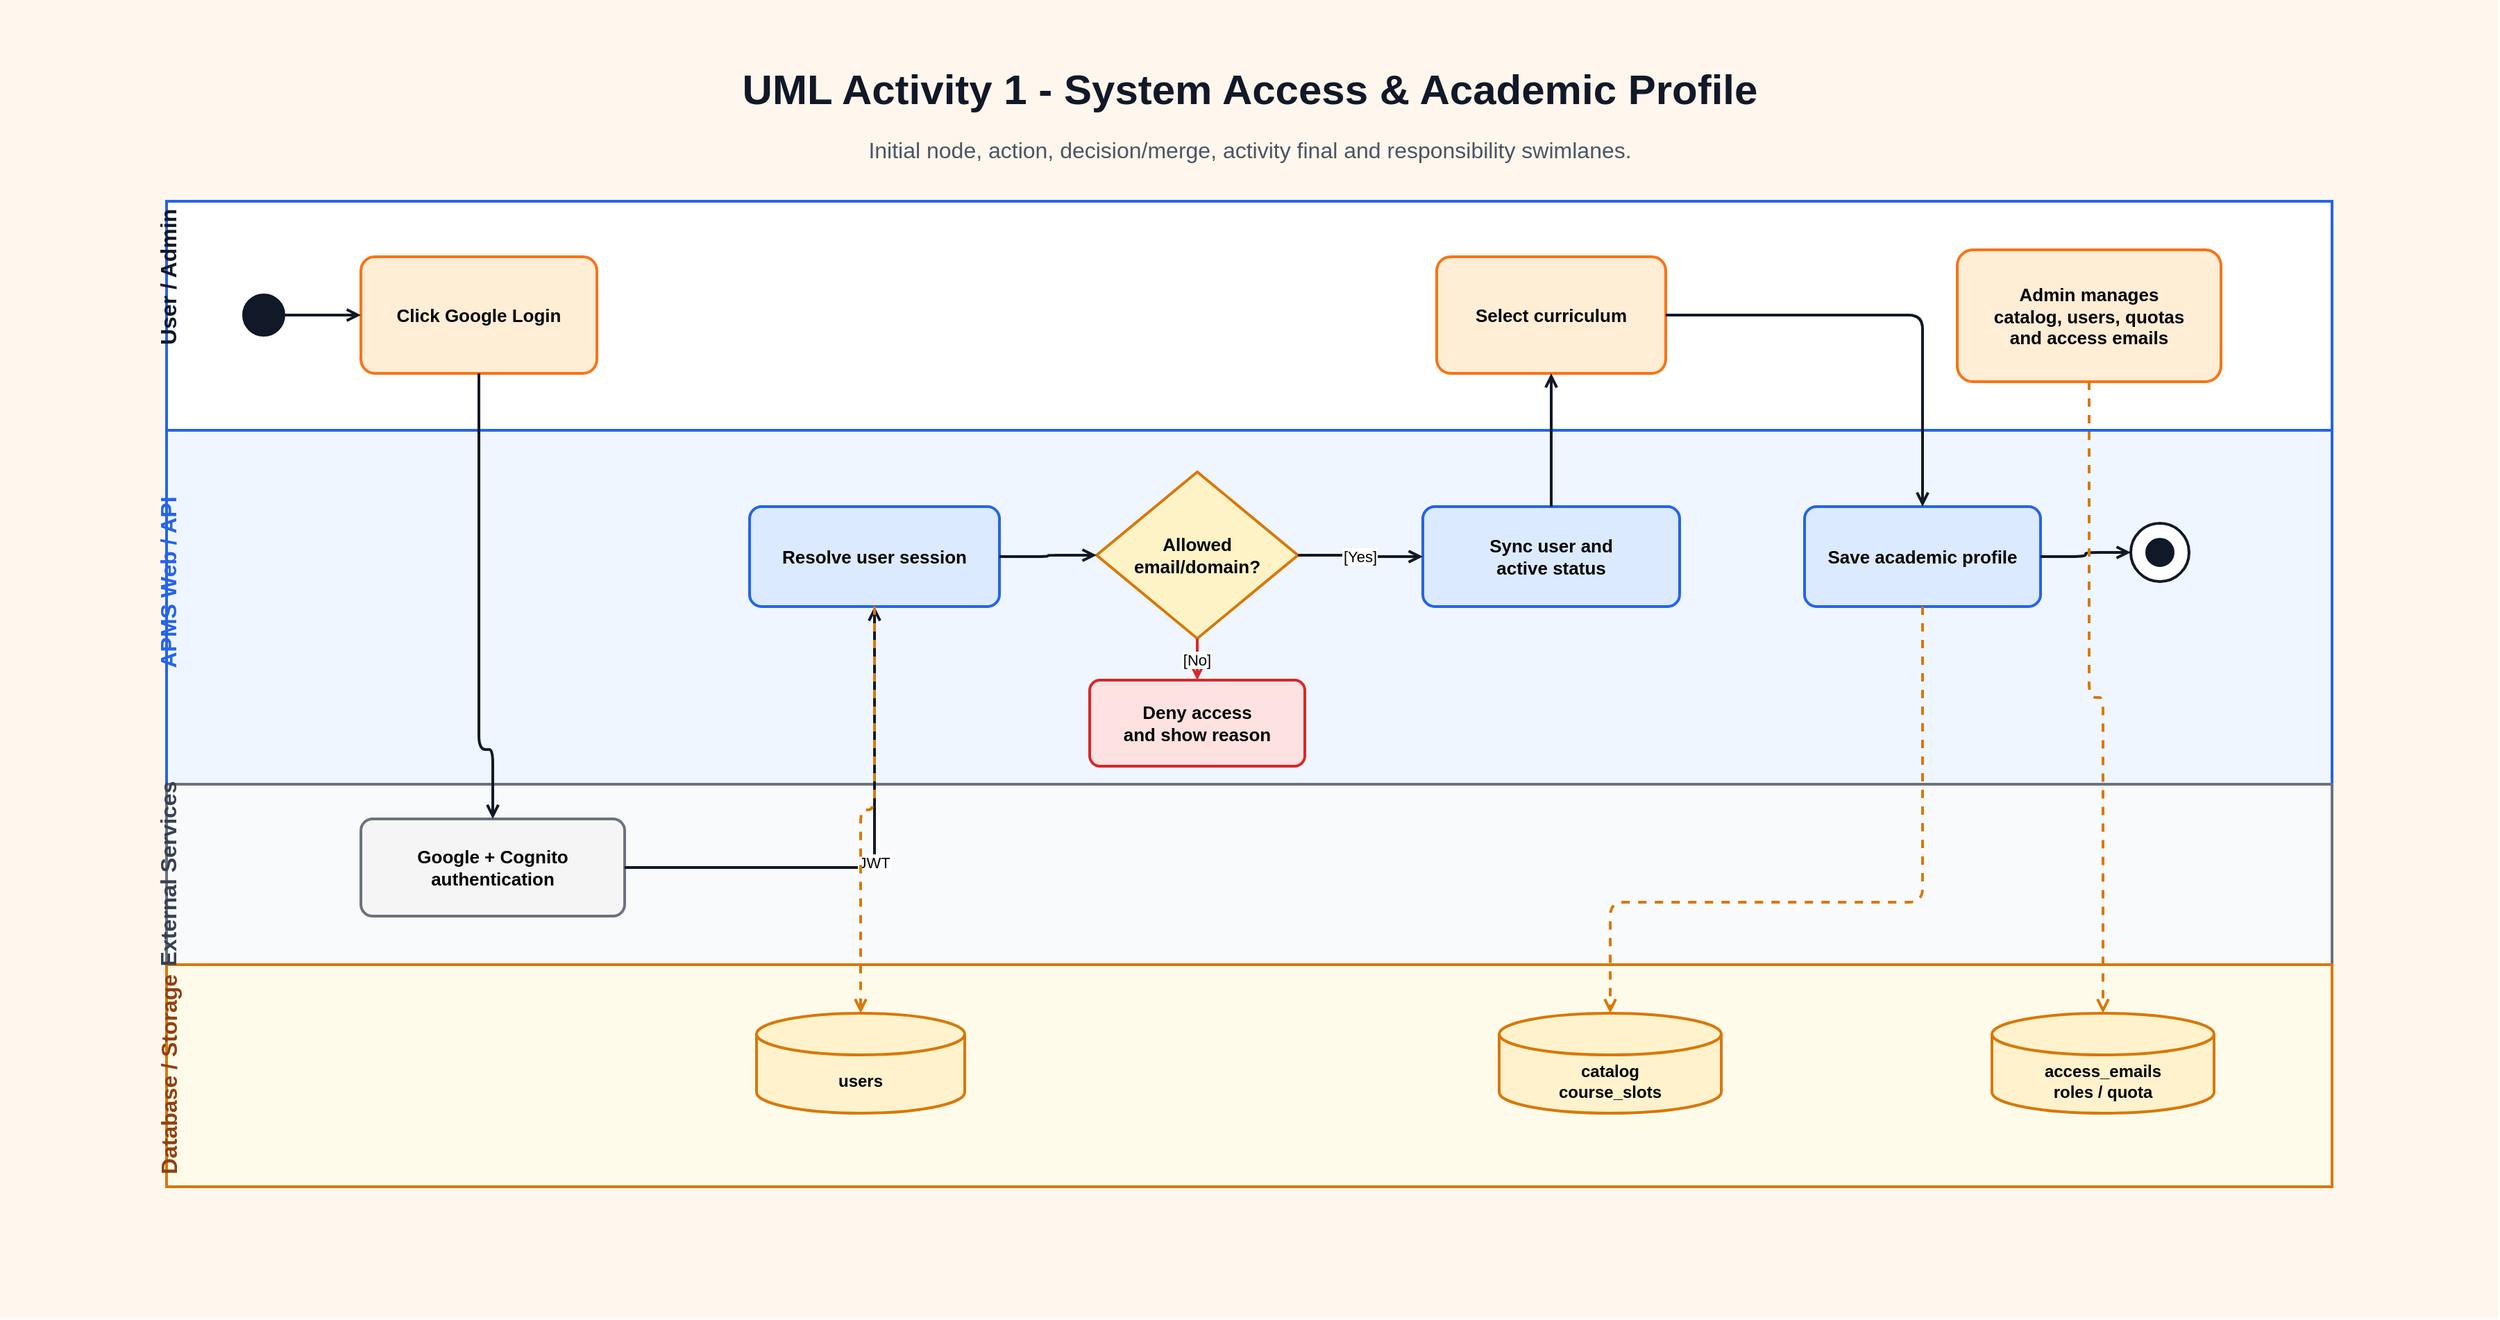
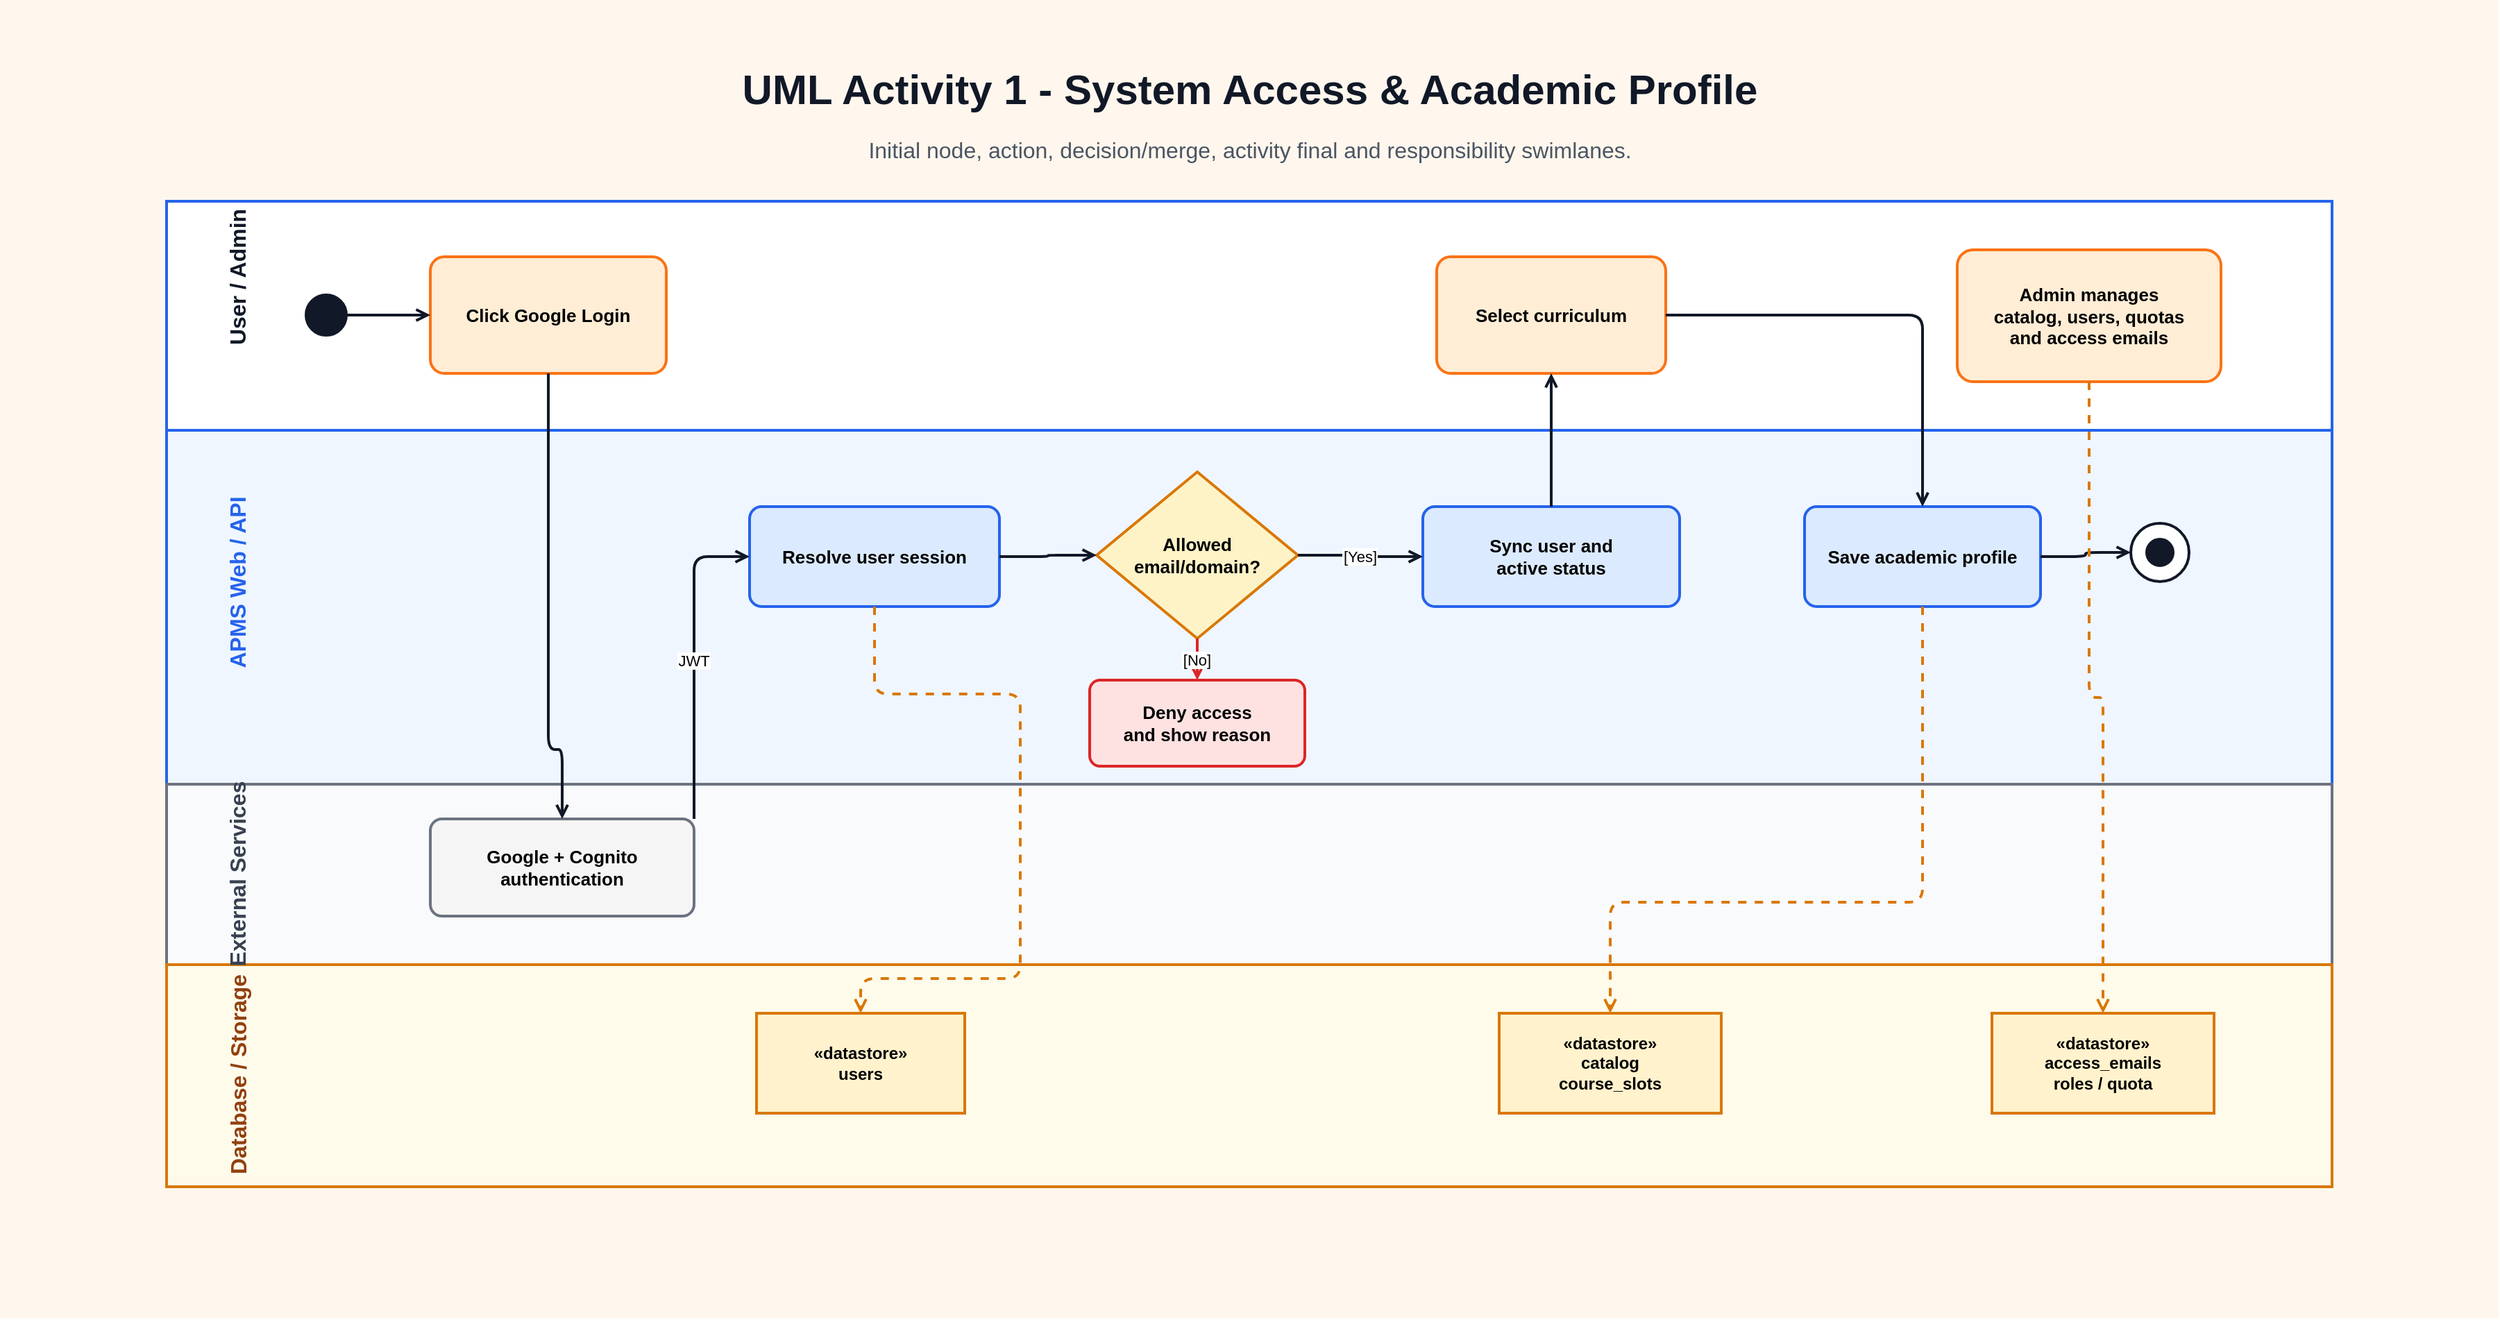
﻿<mxfile host="app.diagrams.net" modified="2026-07-16T00:00:00.000Z" agent="Codex" version="24.7.17">
  <diagram id="apms-main-flow-1-access-profile-activity" name="UML Activity 1">
    <mxGraphModel dx="1800" dy="950" grid="1" gridSize="10" guides="1" tooltips="1" connect="1" arrows="1" fold="1" page="1" pageScale="1" pageWidth="1800" pageHeight="950" math="0" shadow="0">
      <root>
        <mxCell id="0" />
        <mxCell id="1" parent="0" />
        <mxCell id="bg" parent="1" style="rounded=0;whiteSpace=wrap;html=1;fillColor=#fff7ed;strokeColor=none;" value="" vertex="1"><mxGeometry x="0" y="0" width="1800" height="950" as="geometry" /></mxCell>
        <mxCell id="title" parent="1" style="text;html=1;strokeColor=none;fillColor=none;fontSize=30;fontStyle=1;fontColor=#111827;align=center;" value="UML Activity 1 - System Access &amp; Academic Profile" vertex="1"><mxGeometry x="250" y="40" width="1300" height="48" as="geometry" /></mxCell>
        <mxCell id="subtitle" parent="1" style="text;html=1;strokeColor=none;fillColor=none;fontSize=16;fontColor=#4b5563;align=center;" value="Initial node, action, decision/merge, activity final and responsibility swimlanes." vertex="1"><mxGeometry x="350" y="92" width="1100" height="28" as="geometry" /></mxCell>

        <mxCell id="frame" parent="1" style="rounded=0;whiteSpace=wrap;html=1;fillColor=#ffffff;strokeColor=#111827;strokeWidth=2;" value="" vertex="1"><mxGeometry x="120" y="145" width="1560" height="710" as="geometry" /></mxCell>
        <mxCell id="laneUser" parent="1" style="rounded=0;whiteSpace=wrap;html=1;fillColor=#ffffff;strokeColor=#2563eb;strokeWidth=2;" value="" vertex="1"><mxGeometry x="120" y="145" width="1560" height="165" as="geometry" /></mxCell>
        <mxCell id="laneApms" parent="1" style="rounded=0;whiteSpace=wrap;html=1;fillColor=#eff6ff;strokeColor=#2563eb;strokeWidth=2;" value="" vertex="1"><mxGeometry x="120" y="310" width="1560" height="255" as="geometry" /></mxCell>
        <mxCell id="laneExt" parent="1" style="rounded=0;whiteSpace=wrap;html=1;fillColor=#f9fafb;strokeColor=#6b7280;strokeWidth=2;" value="" vertex="1"><mxGeometry x="120" y="565" width="1560" height="130" as="geometry" /></mxCell>
        <mxCell id="laneData" parent="1" style="rounded=0;whiteSpace=wrap;html=1;fillColor=#fffbeb;strokeColor=#d97706;strokeWidth=2;" value="" vertex="1"><mxGeometry x="120" y="695" width="1560" height="160" as="geometry" /></mxCell>
-         <mxCell id="l1" parent="1" style="text;html=1;strokeColor=none;fillColor=none;fontSize=16;fontStyle=1;fontColor=#111827;rotation=-90;align=center;" value="User / Admin" vertex="1"><mxGeometry x="72" y="185" width="96" height="30" as="geometry" /></mxCell>
-         <mxCell id="l2" parent="1" style="text;html=1;strokeColor=none;fillColor=none;fontSize=16;fontStyle=1;fontColor=#2563eb;rotation=-90;align=center;" value="APMS Web / API" vertex="1"><mxGeometry x="75" y="405" width="90" height="30" as="geometry" /></mxCell>
-         <mxCell id="l3" parent="1" style="text;html=1;strokeColor=none;fillColor=none;fontSize=16;fontStyle=1;fontColor=#374151;rotation=-90;align=center;" value="External Services" vertex="1"><mxGeometry x="72" y="615" width="96" height="30" as="geometry" /></mxCell>
-         <mxCell id="l4" parent="1" style="text;html=1;strokeColor=none;fillColor=none;fontSize=16;fontStyle=1;fontColor=#92400e;rotation=-90;align=center;" value="Database / Storage" vertex="1"><mxGeometry x="58" y="760" width="125" height="30" as="geometry" /></mxCell>
+         <mxCell id="l1" parent="1" style="text;html=1;strokeColor=none;fillColor=none;fontSize=16;fontStyle=1;fontColor=#111827;rotation=-90;align=center;" value="User / Admin" vertex="1"><mxGeometry x="122" y="185" width="96" height="30" as="geometry" /></mxCell>
+         <mxCell id="l2" parent="1" style="text;html=1;strokeColor=none;fillColor=none;fontSize=16;fontStyle=1;fontColor=#2563eb;rotation=-90;align=center;" value="APMS Web / API" vertex="1"><mxGeometry x="125" y="405" width="90" height="30" as="geometry" /></mxCell>
+         <mxCell id="l3" parent="1" style="text;html=1;strokeColor=none;fillColor=none;fontSize=16;fontStyle=1;fontColor=#374151;rotation=-90;align=center;" value="External Services" vertex="1"><mxGeometry x="122" y="615" width="96" height="30" as="geometry" /></mxCell>
+         <mxCell id="l4" parent="1" style="text;html=1;strokeColor=none;fillColor=none;fontSize=16;fontStyle=1;fontColor=#92400e;rotation=-90;align=center;" value="Database / Storage" vertex="1"><mxGeometry x="108" y="760" width="125" height="30" as="geometry" /></mxCell>

-         <mxCell id="start" parent="1" style="ellipse;html=1;shape=ellipse;fillColor=#111827;strokeColor=#111827;" value="" vertex="1"><mxGeometry x="175" y="212" width="30" height="30" as="geometry" /></mxCell>
-         <mxCell id="login" parent="1" style="rounded=1;whiteSpace=wrap;html=1;fillColor=#ffedd5;strokeColor=#f97316;strokeWidth=2;arcSize=12;fontSize=13;fontStyle=1;" value="Click Google Login" vertex="1"><mxGeometry x="260" y="185" width="170" height="84" as="geometry" /></mxCell>
-         <mxCell id="google" parent="1" style="rounded=1;whiteSpace=wrap;html=1;fillColor=#f5f5f5;strokeColor=#6b7280;strokeWidth=2;arcSize=12;fontSize=13;fontStyle=1;" value="Google + Cognito&lt;br&gt;authentication" vertex="1"><mxGeometry x="260" y="590" width="190" height="70" as="geometry" /></mxCell>
+         <mxCell id="start" parent="1" style="ellipse;html=1;shape=ellipse;fillColor=#111827;strokeColor=#111827;" value="" vertex="1"><mxGeometry x="220" y="212" width="30" height="30" as="geometry" /></mxCell>
+         <mxCell id="login" parent="1" style="rounded=1;whiteSpace=wrap;html=1;fillColor=#ffedd5;strokeColor=#f97316;strokeWidth=2;arcSize=12;fontSize=13;fontStyle=1;" value="Click Google Login" vertex="1"><mxGeometry x="310" y="185" width="170" height="84" as="geometry" /></mxCell>
+         <mxCell id="google" parent="1" style="rounded=1;whiteSpace=wrap;html=1;fillColor=#f5f5f5;strokeColor=#6b7280;strokeWidth=2;arcSize=12;fontSize=13;fontStyle=1;" value="Google + Cognito&lt;br&gt;authentication" vertex="1"><mxGeometry x="310" y="590" width="190" height="70" as="geometry" /></mxCell>
        <mxCell id="auth" parent="1" style="rounded=1;whiteSpace=wrap;html=1;fillColor=#dbeafe;strokeColor=#2563eb;strokeWidth=2;arcSize=12;fontSize=13;fontStyle=1;" value="Resolve user session" vertex="1"><mxGeometry x="540" y="365" width="180" height="72" as="geometry" /></mxCell>
        <mxCell id="decision" parent="1" style="rhombus;whiteSpace=wrap;html=1;fillColor=#fef3c7;strokeColor=#d97706;strokeWidth=2;fontSize=13;fontStyle=1;" value="Allowed email/domain?" vertex="1"><mxGeometry x="790" y="340" width="145" height="120" as="geometry" /></mxCell>
        <mxCell id="reject" parent="1" style="rounded=1;whiteSpace=wrap;html=1;fillColor=#fee2e2;strokeColor=#dc2626;strokeWidth=2;arcSize=12;fontSize=13;fontStyle=1;" value="Deny access&lt;br&gt;and show reason" vertex="1"><mxGeometry x="785" y="490" width="155" height="62" as="geometry" /></mxCell>
        <mxCell id="sync" parent="1" style="rounded=1;whiteSpace=wrap;html=1;fillColor=#dbeafe;strokeColor=#2563eb;strokeWidth=2;arcSize=12;fontSize=13;fontStyle=1;" value="Sync user and&lt;br&gt;active status" vertex="1"><mxGeometry x="1025" y="365" width="185" height="72" as="geometry" /></mxCell>
        <mxCell id="profile" parent="1" style="rounded=1;whiteSpace=wrap;html=1;fillColor=#ffedd5;strokeColor=#f97316;strokeWidth=2;arcSize=12;fontSize=13;fontStyle=1;" value="Select curriculum" vertex="1"><mxGeometry x="1035" y="185" width="165" height="84" as="geometry" /></mxCell>
        <mxCell id="save" parent="1" style="rounded=1;whiteSpace=wrap;html=1;fillColor=#dbeafe;strokeColor=#2563eb;strokeWidth=2;arcSize=12;fontSize=13;fontStyle=1;" value="Save academic profile" vertex="1"><mxGeometry x="1300" y="365" width="170" height="72" as="geometry" /></mxCell>
        <mxCell id="admin" parent="1" style="rounded=1;whiteSpace=wrap;html=1;fillColor=#ffedd5;strokeColor=#f97316;strokeWidth=2;arcSize=12;fontSize=13;fontStyle=1;" value="Admin manages&lt;br&gt;catalog, users, quotas&lt;br&gt;and access emails" vertex="1"><mxGeometry x="1410" y="180" width="190" height="95" as="geometry" /></mxCell>
        <mxCell id="endOuter" parent="1" style="ellipse;html=1;shape=ellipse;fillColor=#ffffff;strokeColor=#111827;strokeWidth=2;" value="" vertex="1"><mxGeometry x="1535" y="377" width="42" height="42" as="geometry" /></mxCell>
        <mxCell id="endInner" parent="1" style="ellipse;html=1;shape=ellipse;fillColor=#111827;strokeColor=#111827;" value="" vertex="1"><mxGeometry x="1546" y="388" width="20" height="20" as="geometry" /></mxCell>

-         <mxCell id="users" parent="1" style="shape=cylinder3;whiteSpace=wrap;html=1;boundedLbl=1;backgroundOutline=1;size=15;fillColor=#fff2cc;strokeColor=#d97706;strokeWidth=2;fontSize=12;fontStyle=1;" value="users" vertex="1"><mxGeometry x="545" y="730" width="150" height="72" as="geometry" /></mxCell>
-         <mxCell id="catalog" parent="1" style="shape=cylinder3;whiteSpace=wrap;html=1;boundedLbl=1;backgroundOutline=1;size=15;fillColor=#fff2cc;strokeColor=#d97706;strokeWidth=2;fontSize=12;fontStyle=1;" value="catalog&lt;br&gt;course_slots" vertex="1"><mxGeometry x="1080" y="730" width="160" height="72" as="geometry" /></mxCell>
-         <mxCell id="access" parent="1" style="shape=cylinder3;whiteSpace=wrap;html=1;boundedLbl=1;backgroundOutline=1;size=15;fillColor=#fff2cc;strokeColor=#d97706;strokeWidth=2;fontSize=12;fontStyle=1;" value="access_emails&lt;br&gt;roles / quota" vertex="1"><mxGeometry x="1435" y="730" width="160" height="72" as="geometry" /></mxCell>
+         <mxCell id="users" parent="1" style="rounded=0;whiteSpace=wrap;html=1;fillColor=#fff2cc;strokeColor=#d97706;strokeWidth=2;fontSize=12;fontStyle=1;" value="&amp;laquo;datastore&amp;raquo;&lt;br&gt;users" vertex="1"><mxGeometry x="545" y="730" width="150" height="72" as="geometry" /></mxCell>
+         <mxCell id="catalog" parent="1" style="rounded=0;whiteSpace=wrap;html=1;fillColor=#fff2cc;strokeColor=#d97706;strokeWidth=2;fontSize=12;fontStyle=1;" value="&amp;laquo;datastore&amp;raquo;&lt;br&gt;catalog&lt;br&gt;course_slots" vertex="1"><mxGeometry x="1080" y="730" width="160" height="72" as="geometry" /></mxCell>
+         <mxCell id="access" parent="1" style="rounded=0;whiteSpace=wrap;html=1;fillColor=#fff2cc;strokeColor=#d97706;strokeWidth=2;fontSize=12;fontStyle=1;" value="&amp;laquo;datastore&amp;raquo;&lt;br&gt;access_emails&lt;br&gt;roles / quota" vertex="1"><mxGeometry x="1435" y="730" width="160" height="72" as="geometry" /></mxCell>

-         <mxCell id="e1" parent="1" style="edgeStyle=orthogonalEdgeStyle;rounded=1;strokeColor=#111827;strokeWidth=2;endArrow=open;" value="" edge="1" source="start" target="login"><mxGeometry relative="1" as="geometry" /></mxCell>
-         <mxCell id="e2" parent="1" style="edgeStyle=orthogonalEdgeStyle;rounded=1;strokeColor=#111827;strokeWidth=2;endArrow=open;" value="" edge="1" source="login" target="google"><mxGeometry relative="1" as="geometry"><Array as="points"><mxPoint x="345" y="540" /></Array></mxGeometry></mxCell>
-         <mxCell id="e3" parent="1" style="edgeStyle=orthogonalEdgeStyle;rounded=1;strokeColor=#111827;strokeWidth=2;endArrow=open;" value="JWT" edge="1" source="google" target="auth"><mxGeometry relative="1" as="geometry"><Array as="points"><mxPoint x="630" y="625" /></Array></mxGeometry></mxCell>
+         <mxCell id="e1" parent="1" style="edgeStyle=orthogonalEdgeStyle;rounded=1;strokeColor=#111827;strokeWidth=2;endArrow=open;" value="" edge="1">
+           <mxGeometry relative="1" as="geometry">
+             <mxPoint x="250" y="227" as="sourcePoint" />
+             <mxPoint x="310" y="227" as="targetPoint" />
+           </mxGeometry>
+         </mxCell>
+         <mxCell id="e2" parent="1" style="edgeStyle=orthogonalEdgeStyle;rounded=1;strokeColor=#111827;strokeWidth=2;endArrow=open;" value="" edge="1" source="login" target="google"><mxGeometry relative="1" as="geometry"><Array as="points"><mxPoint x="395" y="540" /></Array></mxGeometry></mxCell>
+         <mxCell id="e3" parent="1" style="edgeStyle=orthogonalEdgeStyle;rounded=1;strokeColor=#111827;strokeWidth=2;endArrow=open;" value="JWT" edge="1" source="google" target="auth"><mxGeometry relative="1" as="geometry"><Array as="points"><mxPoint x="500" y="625" /><mxPoint x="500" y="401" /></Array></mxGeometry></mxCell>
        <mxCell id="e4" parent="1" style="edgeStyle=orthogonalEdgeStyle;rounded=1;strokeColor=#111827;strokeWidth=2;endArrow=open;" value="" edge="1" source="auth" target="decision"><mxGeometry relative="1" as="geometry" /></mxCell>
        <mxCell id="e5" parent="1" style="edgeStyle=orthogonalEdgeStyle;rounded=1;strokeColor=#111827;strokeWidth=2;endArrow=open;" value="[Yes]" edge="1" source="decision" target="sync"><mxGeometry relative="1" as="geometry" /></mxCell>
        <mxCell id="e6" parent="1" style="edgeStyle=orthogonalEdgeStyle;rounded=1;strokeColor=#dc2626;strokeWidth=2;endArrow=open;" value="[No]" edge="1" source="decision" target="reject"><mxGeometry relative="1" as="geometry" /></mxCell>
        <mxCell id="e7" parent="1" style="edgeStyle=orthogonalEdgeStyle;rounded=1;strokeColor=#111827;strokeWidth=2;endArrow=open;" value="" edge="1" source="sync" target="profile"><mxGeometry relative="1" as="geometry" /></mxCell>
        <mxCell id="e8" parent="1" style="edgeStyle=orthogonalEdgeStyle;rounded=1;strokeColor=#111827;strokeWidth=2;endArrow=open;" value="" edge="1" source="profile" target="save"><mxGeometry relative="1" as="geometry"><Array as="points"><mxPoint x="1385" y="227" /></Array></mxGeometry></mxCell>
        <mxCell id="e9" parent="1" style="edgeStyle=orthogonalEdgeStyle;rounded=1;strokeColor=#111827;strokeWidth=2;endArrow=open;" value="" edge="1" source="save" target="endOuter"><mxGeometry relative="1" as="geometry" /></mxCell>

-         <mxCell id="d1" parent="1" style="edgeStyle=orthogonalEdgeStyle;rounded=1;strokeColor=#d97706;strokeWidth=2;dashed=1;endArrow=open;" value="" edge="1" source="auth" target="users"><mxGeometry relative="1" as="geometry" /></mxCell>
+         <mxCell id="d1" parent="1" style="edgeStyle=orthogonalEdgeStyle;rounded=1;strokeColor=#d97706;strokeWidth=2;dashed=1;endArrow=open;" value="" edge="1" source="auth" target="users"><mxGeometry relative="1" as="geometry"><Array as="points"><mxPoint x="735" y="500" /><mxPoint x="735" y="705" /><mxPoint x="620" y="705" /></Array></mxGeometry></mxCell>
        <mxCell id="d2" parent="1" style="edgeStyle=orthogonalEdgeStyle;rounded=1;strokeColor=#d97706;strokeWidth=2;dashed=1;endArrow=open;" value="" edge="1">
          <mxGeometry relative="1" as="geometry">
            <mxPoint x="1385" y="437" as="sourcePoint" />
            <mxPoint x="1160" y="730" as="targetPoint" />
            <Array as="points">
              <mxPoint x="1385" y="650" />
              <mxPoint x="1160" y="650" />
            </Array>
          </mxGeometry>
        </mxCell>
        <mxCell id="d3" parent="1" style="edgeStyle=orthogonalEdgeStyle;rounded=1;strokeColor=#d97706;strokeWidth=2;dashed=1;endArrow=open;" value="" edge="1" source="admin" target="access"><mxGeometry relative="1" as="geometry" /></mxCell>
      </root>
    </mxGraphModel>
  </diagram>
</mxfile>
